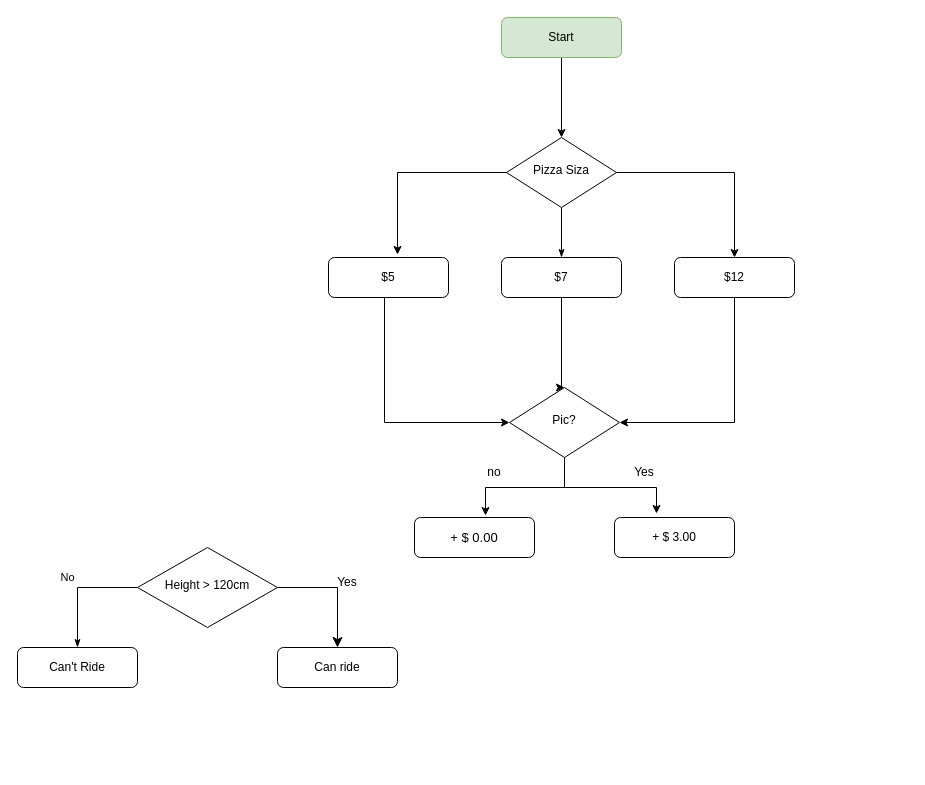
This is Documents/PythonPizza.drawio from AruGarcia/100DaysOfCode, a draw.io file, before an edit. Source tidied: cells renumbered, new cells numbered last; positions are measured from the earlier drawing's top-left corner, leaving out a move shared by most shapes. Both pictures are drawn from the tidied source at 100%, with x=0, y=0 at pixel (17, 17).
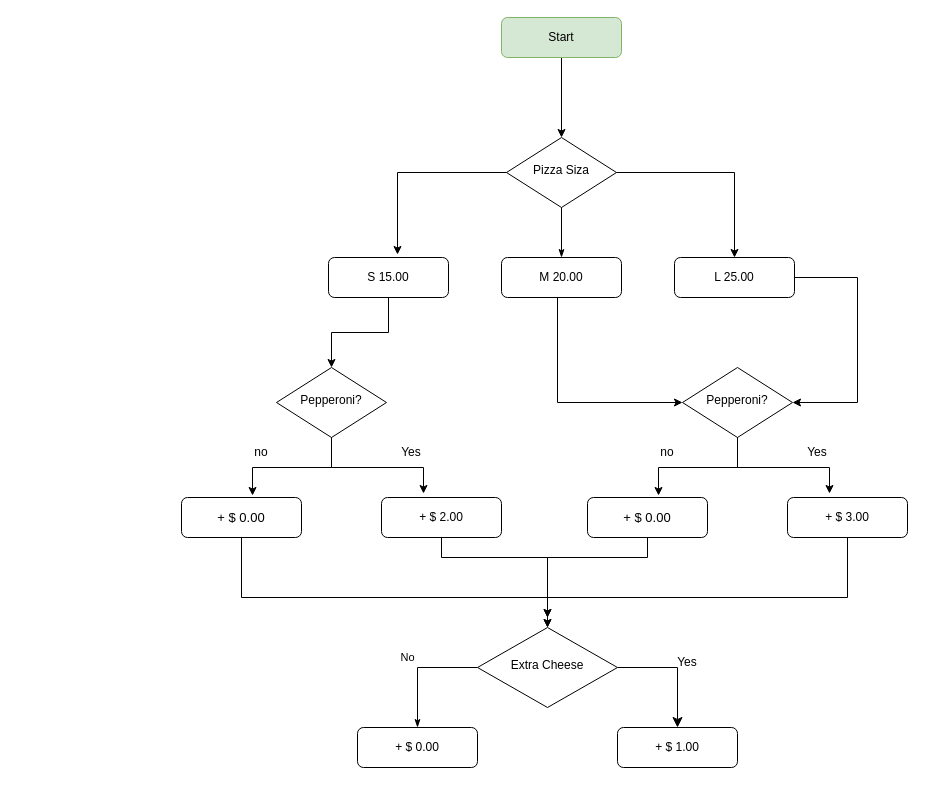
The same diagram, later.

Diff of the diagram source:
```diff
@@
-    <mxCell id="5" value="Height &amp;gt; 120cm" style="rhombus;whiteSpace=wrap;html=1;shadow=0;fontFamily=Helvetica;fontSize=12;align=center;strokeWidth=1;spacing=6;spacingTop=-4;" parent="1" vertex="1">
-      <mxGeometry x="120" y="530" width="140" height="80" as="geometry" />
+    <mxCell id="5" value="Extra Cheese" style="rhombus;whiteSpace=wrap;html=1;shadow=0;fontFamily=Helvetica;fontSize=12;align=center;strokeWidth=1;spacing=6;spacingTop=-4;" parent="1" vertex="1">
+      <mxGeometry x="460" y="610" width="140" height="80" as="geometry" />
     </mxCell>
-    <mxCell id="6" value="Can ride" style="rounded=1;whiteSpace=wrap;html=1;fontSize=12;glass=0;strokeWidth=1;shadow=0;" parent="1" vertex="1">
-      <mxGeometry x="260" y="630" width="120" height="40" as="geometry" />
+    <mxCell id="6" value="+ $ 1.00" style="rounded=1;whiteSpace=wrap;html=1;fontSize=12;glass=0;strokeWidth=1;shadow=0;" parent="1" vertex="1">
+      <mxGeometry x="600" y="710" width="120" height="40" as="geometry" />
     </mxCell>
@@
-    <mxCell id="8" style="edgeStyle=orthogonalEdgeStyle;rounded=0;jettySize=auto;html=1;entryX=0;entryY=0.5;entryDx=0;entryDy=0;endArrow=classic;endFill=1;" parent="1" edge="1" source="9" target="18">
-      <mxGeometry relative="1" as="geometry">
-        <Array as="points">
-          <mxPoint x="367" y="405" />
-        </Array>
-      </mxGeometry>
+    <mxCell id="8" style="edgeStyle=orthogonalEdgeStyle;rounded=0;jettySize=auto;html=1;endArrow=classic;endFill=1;" parent="1" edge="1" source="9" target="18">
+      <mxGeometry relative="1" as="geometry" />
     </mxCell>
-    <mxCell id="9" value="$5" style="rounded=1;whiteSpace=wrap;html=1;fontSize=12;glass=0;strokeWidth=1;shadow=0;" parent="1" vertex="1">
+    <mxCell id="9" value="S 15.00" style="rounded=1;whiteSpace=wrap;html=1;fontSize=12;glass=0;strokeWidth=1;shadow=0;" parent="1" vertex="1">
       <mxGeometry x="311" y="240" width="120" height="40" as="geometry" />
     </mxCell>
-    <mxCell id="10" value="Can't Ride" style="rounded=1;whiteSpace=wrap;html=1;fontSize=12;glass=0;strokeWidth=1;shadow=0;" parent="1" vertex="1">
-      <mxGeometry y="630" width="120" height="40" as="geometry" />
+    <mxCell id="10" value="+ $ 0.00" style="rounded=1;whiteSpace=wrap;html=1;fontSize=12;glass=0;strokeWidth=1;shadow=0;" parent="1" vertex="1">
+      <mxGeometry x="340" y="710" width="120" height="40" as="geometry" />
     </mxCell>
-    <mxCell id="11" style="edgeStyle=orthogonalEdgeStyle;rounded=0;jettySize=auto;html=1;entryX=0.5;entryY=0;entryDx=0;entryDy=0;endArrow=classic;endFill=1;" parent="1" edge="1" source="12" target="18">
-      <mxGeometry relative="1" as="geometry">
-        <Array as="points">
-          <mxPoint x="544" y="370" />
-        </Array>
-      </mxGeometry>
-    </mxCell>
+    <mxCell id="30" style="edgeStyle=orthogonalEdgeStyle;rounded=0;jettySize=auto;html=1;entryX=0;entryY=0.5;entryDx=0;entryDy=0;" parent="1" edge="1" source="12" target="34">
+      <mxGeometry relative="1" as="geometry">
+        <Array as="points">
+          <mxPoint x="540" y="385" />
+        </Array>
+      </mxGeometry>
+    </mxCell>
-    <mxCell id="12" value="$7" style="rounded=1;whiteSpace=wrap;html=1;fontSize=12;glass=0;strokeWidth=1;shadow=0;" parent="1" vertex="1">
+    <mxCell id="12" value="M 20.00" style="rounded=1;whiteSpace=wrap;html=1;fontSize=12;glass=0;strokeWidth=1;shadow=0;" parent="1" vertex="1">
       <mxGeometry x="484" y="240" width="120" height="40" as="geometry" />
     </mxCell>
-    <mxCell id="13" style="edgeStyle=orthogonalEdgeStyle;rounded=0;jettySize=auto;html=1;entryX=1;entryY=0.5;entryDx=0;entryDy=0;endArrow=classic;endFill=1;" parent="1" edge="1" source="14" target="18">
-      <mxGeometry relative="1" as="geometry">
-        <Array as="points">
-          <mxPoint x="717" y="405" />
-        </Array>
-      </mxGeometry>
-    </mxCell>
+    <mxCell id="31" style="edgeStyle=orthogonalEdgeStyle;rounded=0;jettySize=auto;html=1;entryX=1;entryY=0.5;entryDx=0;entryDy=0;endArrow=classic;endFill=1;exitX=1;exitY=0.5;exitDx=0;exitDy=0;" parent="1" edge="1" source="14" target="34">
+      <mxGeometry relative="1" as="geometry">
+        <Array as="points">
+          <mxPoint x="840" y="260" />
+          <mxPoint x="840" y="385" />
+        </Array>
+      </mxGeometry>
+    </mxCell>
-    <mxCell id="14" value="$12" style="rounded=1;whiteSpace=wrap;html=1;fontSize=12;glass=0;strokeWidth=1;shadow=0;" parent="1" vertex="1">
+    <mxCell id="14" value="L 25.00" style="rounded=1;whiteSpace=wrap;html=1;fontSize=12;glass=0;strokeWidth=1;shadow=0;" parent="1" vertex="1">
       <mxGeometry x="657" y="240" width="120" height="40" as="geometry" />
     </mxCell>
     <mxCell id="15" style="group;" parent="1" vertex="1">
-      <mxGeometry x="300" y="550" width="60" height="30" as="geometry" />
+      <mxGeometry x="640" y="630" width="60" height="30" as="geometry" />
     </mxCell>
@@
-    <mxCell id="18" value="Pic?" style="rhombus;whiteSpace=wrap;html=1;shadow=0;fontFamily=Helvetica;fontSize=12;align=center;strokeWidth=1;spacing=6;spacingTop=-4;" parent="1" vertex="1">
-      <mxGeometry x="492" y="370" width="110" height="70" as="geometry" />
+    <mxCell id="18" value="Pepperoni?" style="rhombus;whiteSpace=wrap;html=1;shadow=0;fontFamily=Helvetica;fontSize=12;align=center;strokeWidth=1;spacing=6;spacingTop=-4;" parent="1" vertex="1">
+      <mxGeometry x="259" y="350" width="110" height="70" as="geometry" />
     </mxCell>
+    <mxCell id="32" style="edgeStyle=orthogonalEdgeStyle;rounded=0;jettySize=auto;html=1;endArrow=classic;endFill=1;" parent="1" edge="1" source="19" target="5">
+      <mxGeometry relative="1" as="geometry">
+        <Array as="points">
+          <mxPoint x="224" y="580" />
+          <mxPoint x="530" y="580" />
+        </Array>
+      </mxGeometry>
+    </mxCell>
     <mxCell id="19" value="&lt;font style=&quot;font-size: 13px;&quot;&gt;+ $ 0.00&lt;/font&gt;" style="rounded=1;whiteSpace=wrap;html=1;fontSize=12;glass=0;strokeWidth=1;shadow=0;" parent="1" vertex="1">
-      <mxGeometry x="397" y="500" width="120" height="40" as="geometry" />
+      <mxGeometry x="164" y="480" width="120" height="40" as="geometry" />
     </mxCell>
+    <mxCell id="33" style="edgeStyle=orthogonalEdgeStyle;rounded=0;jettySize=auto;html=1;endArrow=classic;endFill=1;exitX=0.5;exitY=1;exitDx=0;exitDy=0;" parent="1" edge="1" source="20">
+      <mxGeometry relative="1" as="geometry">
+        <mxPoint x="530" y="600" as="targetPoint" />
+        <Array as="points">
+          <mxPoint x="424" y="540" />
+          <mxPoint x="530" y="540" />
+        </Array>
+      </mxGeometry>
+    </mxCell>
-    <mxCell id="20" value="+ $ 3.00" style="rounded=1;whiteSpace=wrap;html=1;fontSize=12;glass=0;strokeWidth=1;shadow=0;" parent="1" vertex="1">
-      <mxGeometry x="597" y="500" width="120" height="40" as="geometry" />
+    <mxCell id="20" value="+ $ 2.00" style="rounded=1;whiteSpace=wrap;html=1;fontSize=12;glass=0;strokeWidth=1;shadow=0;" parent="1" vertex="1">
+      <mxGeometry x="364" y="480" width="120" height="40" as="geometry" />
     </mxCell>
     <mxCell id="21" style="group;" parent="1" vertex="1">
-      <mxGeometry x="447" y="440" width="60" height="30" as="geometry" />
+      <mxGeometry x="214" y="420" width="60" height="30" as="geometry" />
     </mxCell>
@@
     <mxCell id="24" style="group;" parent="1" vertex="1">
-      <mxGeometry x="597" y="440" width="60" height="30" as="geometry" />
+      <mxGeometry x="364" y="420" width="60" height="30" as="geometry" />
     </mxCell>
@@
+    <mxCell id="34" value="Pepperoni?" style="rhombus;whiteSpace=wrap;html=1;shadow=0;fontFamily=Helvetica;fontSize=12;align=center;strokeWidth=1;spacing=6;spacingTop=-4;" parent="1" vertex="1">
+      <mxGeometry x="665" y="350" width="110" height="70" as="geometry" />
+    </mxCell>
+    <mxCell id="35" style="edgeStyle=orthogonalEdgeStyle;rounded=0;jettySize=auto;html=1;endArrow=classic;endFill=1;" parent="1" edge="1" source="36">
+      <mxGeometry relative="1" as="geometry">
+        <mxPoint x="530" y="600" as="targetPoint" />
+        <Array as="points">
+          <mxPoint x="630" y="540" />
+          <mxPoint x="530" y="540" />
+        </Array>
+      </mxGeometry>
+    </mxCell>
+    <mxCell id="36" value="&lt;font style=&quot;font-size: 13px;&quot;&gt;+ $ 0.00&lt;/font&gt;" style="rounded=1;whiteSpace=wrap;html=1;fontSize=12;glass=0;strokeWidth=1;shadow=0;" parent="1" vertex="1">
+      <mxGeometry x="570" y="480" width="120" height="40" as="geometry" />
+    </mxCell>
+    <mxCell id="37" style="edgeStyle=orthogonalEdgeStyle;rounded=0;jettySize=auto;html=1;endArrow=classic;endFill=1;exitX=0.5;exitY=1;exitDx=0;exitDy=0;" parent="1" edge="1" source="38">
+      <mxGeometry relative="1" as="geometry">
+        <mxPoint x="530" y="610" as="targetPoint" />
+        <Array as="points">
+          <mxPoint x="830" y="580" />
+          <mxPoint x="530" y="580" />
+        </Array>
+      </mxGeometry>
+    </mxCell>
+    <mxCell id="38" value="+ $ 3.00" style="rounded=1;whiteSpace=wrap;html=1;fontSize=12;glass=0;strokeWidth=1;shadow=0;" parent="1" vertex="1">
+      <mxGeometry x="770" y="480" width="120" height="40" as="geometry" />
+    </mxCell>
+    <mxCell id="39" style="group;" parent="1" vertex="1">
+      <mxGeometry x="620" y="420" width="60" height="30" as="geometry" />
+    </mxCell>
+    <mxCell id="40" style="edgeStyle=orthogonalEdgeStyle;rounded=0;jettySize=auto;html=1;entryX=0.592;entryY=-0.05;entryDx=0;entryDy=0;entryPerimeter=0;endArrow=classic;endFill=1;" parent="39" edge="1" source="34" target="36">
+      <mxGeometry relative="1" as="geometry" />
+    </mxCell>
+    <mxCell id="41" value="no" style="text;strokeColor=none;align=center;fillColor=none;html=1;verticalAlign=middle;whiteSpace=wrap;rounded=0;" parent="39" vertex="1">
+      <mxGeometry width="60" height="30" as="geometry" />
+    </mxCell>
+    <mxCell id="42" style="group;" parent="1" vertex="1">
+      <mxGeometry x="770" y="420" width="60" height="30" as="geometry" />
+    </mxCell>
+    <mxCell id="43" style="edgeStyle=orthogonalEdgeStyle;rounded=0;jettySize=auto;html=1;entryX=0.35;entryY=-0.1;entryDx=0;entryDy=0;entryPerimeter=0;endArrow=classic;endFill=1;" parent="42" edge="1" source="34" target="38">
+      <mxGeometry relative="1" as="geometry" />
+    </mxCell>
+    <mxCell id="44" value="Yes" style="text;strokeColor=none;align=center;fillColor=none;html=1;verticalAlign=middle;whiteSpace=wrap;rounded=0;" parent="42" vertex="1">
+      <mxGeometry width="60" height="30" as="geometry" />
+    </mxCell>
```
